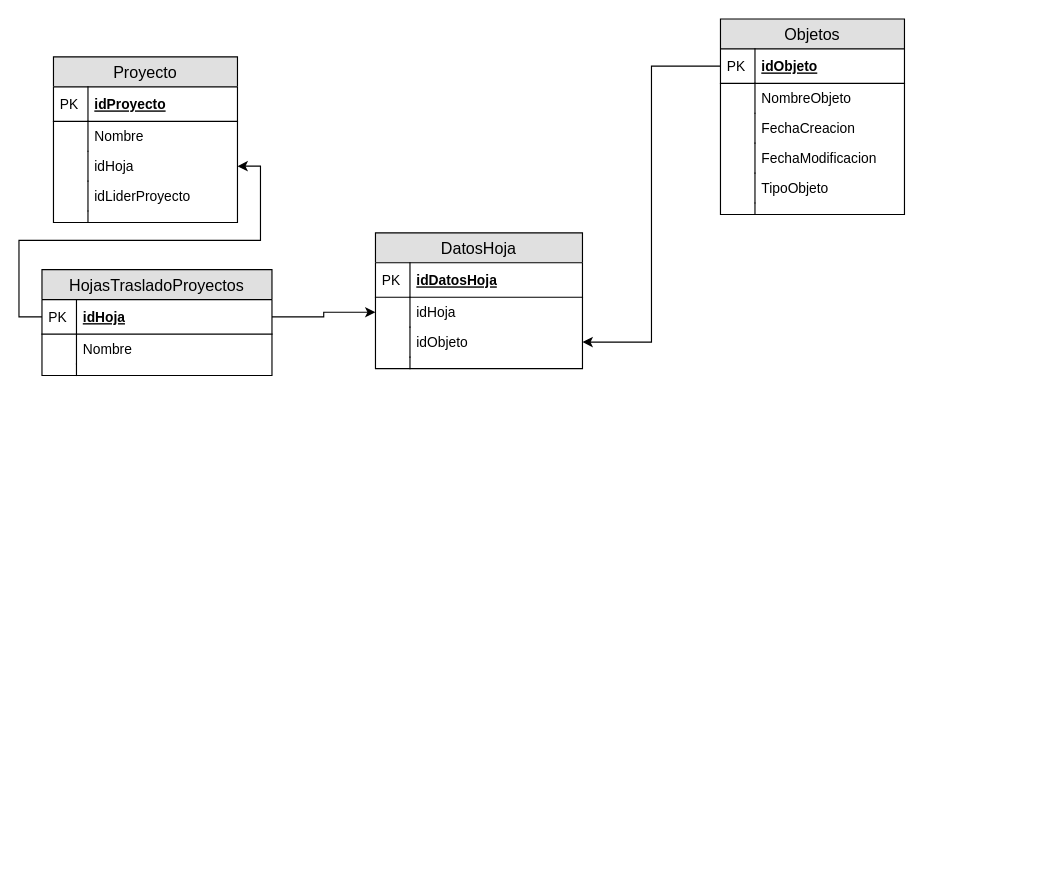
IrvinDevFlores/RequerimientosPro keeps this draw.io diagram as DiagramaNuevo.drawio. Above is the earlier version. Source tidied: cells renumbered, new cells numbered last; positions are measured from the earlier drawing's top-left corner, leaving out a move shared by most shapes. Both pictures are drawn from the tidied source at 115%, with x=0, y=0 at pixel (41, 18).
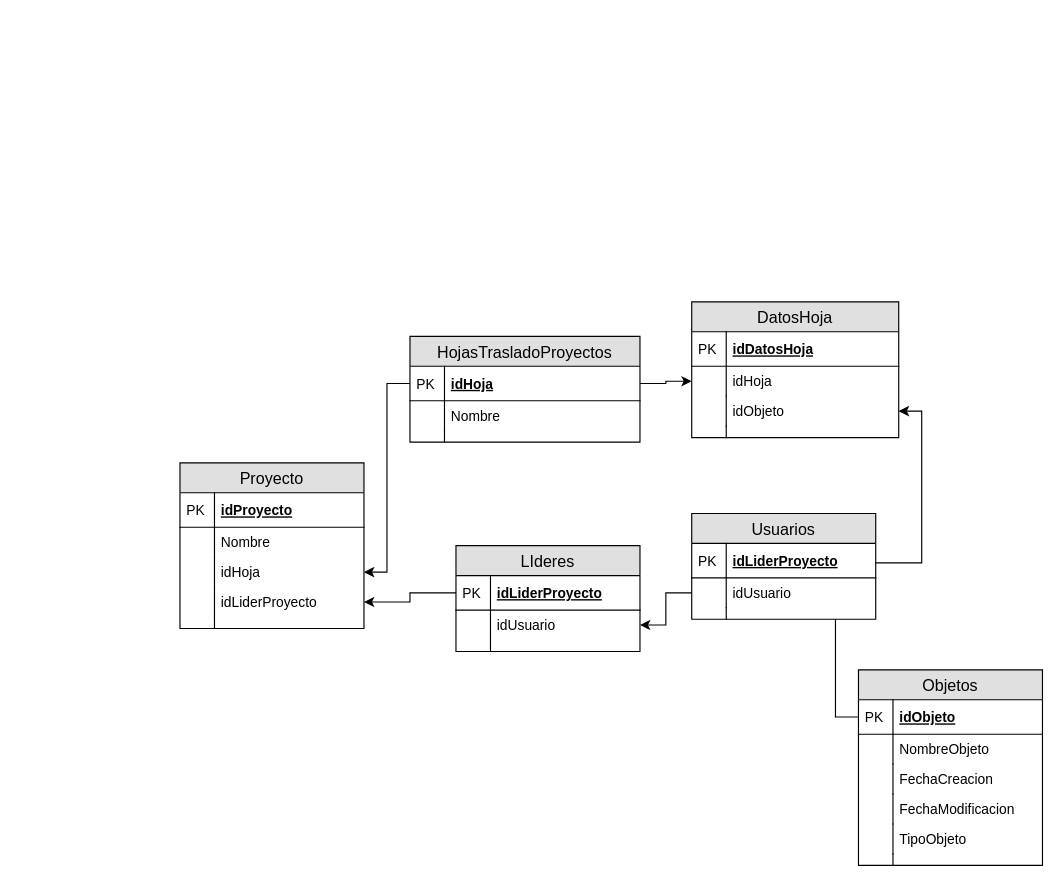
The same diagram, later.

Commit message:
Creacion de tablas nuevas

The change refers to these unchanged cells:
```xml
<mxCell id="9" value="idLiderProyecto" style="shape=partialRectangle;top=0;left=0;right=0;bottom=0;align=left;verticalAlign=top;fillColor=none;spacingLeft=34;spacingRight=4;overflow=hidden;points=[[0,0.5],[1,0.5]];portConstraint=eastwest;fontSize=12;" parent="2" vertex="1">
  <mxGeometry y="108" width="160" height="26" as="geometry" />
</mxCell>
```

Change to the diagram source:
```diff
@@
     <mxCell id="2" value="Proyecto" style="swimlane;fontStyle=0;horizontal=1;startSize=26;fillColor=#e0e0e0;swimlaneFillColor=#ffffff;align=center;fontSize=14;" parent="1" vertex="1">
-      <mxGeometry x="10" y="33" width="160" height="144" as="geometry" />
+      <mxGeometry x="120" y="386" width="160" height="144" as="geometry" />
     </mxCell>
@@
     <mxCell id="13" value="HojasTrasladoProyectos" style="swimlane;fontStyle=0;horizontal=1;startSize=26;fillColor=#e0e0e0;swimlaneFillColor=#ffffff;align=center;fontSize=14;" parent="1" vertex="1">
-      <mxGeometry y="218" width="200" height="92" as="geometry" />
+      <mxGeometry x="320" y="276" width="200" height="92" as="geometry" />
     </mxCell>
@@
     <mxCell id="20" value="Objetos" style="swimlane;fontStyle=0;horizontal=1;startSize=26;fillColor=#e0e0e0;swimlaneFillColor=#ffffff;align=center;fontSize=14;" parent="1" vertex="1">
-      <mxGeometry x="590" width="160" height="170" as="geometry" />
+      <mxGeometry x="710" y="566" width="160" height="170" as="geometry" />
     </mxCell>
@@
     <mxCell id="34" value="DatosHoja" style="swimlane;fontStyle=0;horizontal=1;startSize=26;fillColor=#e0e0e0;swimlaneFillColor=#ffffff;align=center;fontSize=14;" parent="1" vertex="1">
-      <mxGeometry x="290" y="186" width="180" height="118" as="geometry" />
+      <mxGeometry x="565" y="246" width="180" height="118" as="geometry" />
     </mxCell>
@@
+    <mxCell id="45" value="LIderes" style="swimlane;fontStyle=0;horizontal=1;startSize=26;fillColor=#e0e0e0;swimlaneFillColor=#ffffff;align=center;fontSize=14;" parent="1" vertex="1">
+      <mxGeometry x="360" y="458" width="160" height="92" as="geometry" />
+    </mxCell>
+    <mxCell id="46" value="idLiderProyecto" style="shape=partialRectangle;top=0;left=0;right=0;bottom=1;align=left;verticalAlign=middle;fillColor=none;spacingLeft=34;spacingRight=4;overflow=hidden;points=[[0,0.5],[1,0.5]];portConstraint=eastwest;fontStyle=5;fontSize=12;" parent="45" vertex="1">
+      <mxGeometry y="26" width="160" height="30" as="geometry" />
+    </mxCell>
+    <mxCell id="47" value="PK" style="shape=partialRectangle;top=0;left=0;bottom=0;fillColor=none;align=left;verticalAlign=middle;spacingLeft=4;spacingRight=4;overflow=hidden;fontSize=12;" parent="46" vertex="1">
+      <mxGeometry width="30" height="30" as="geometry" />
+    </mxCell>
+    <mxCell id="48" value="idUsuario" style="shape=partialRectangle;top=0;left=0;right=0;bottom=0;align=left;verticalAlign=top;fillColor=none;spacingLeft=34;spacingRight=4;overflow=hidden;points=[[0,0.5],[1,0.5]];portConstraint=eastwest;fontSize=12;" parent="45" vertex="1">
+      <mxGeometry y="56" width="160" height="26" as="geometry" />
+    </mxCell>
+    <mxCell id="49" style="shape=partialRectangle;top=0;left=0;bottom=0;fillColor=none;align=left;verticalAlign=top;spacingLeft=4;spacingRight=4;overflow=hidden;fontSize=12;" parent="48" vertex="1">
+      <mxGeometry width="30" height="26" as="geometry" />
+    </mxCell>
+    <mxCell id="50" style="shape=partialRectangle;top=0;left=0;right=0;bottom=0;align=left;verticalAlign=top;fillColor=none;spacingLeft=34;spacingRight=4;overflow=hidden;fontSize=12;" parent="45" vertex="1">
+      <mxGeometry y="82" width="160" height="10" as="geometry" />
+    </mxCell>
+    <mxCell id="51" style="shape=partialRectangle;top=0;left=0;bottom=0;fillColor=none;align=left;verticalAlign=top;spacingLeft=4;spacingRight=4;overflow=hidden;fontSize=12;" parent="50" vertex="1">
+      <mxGeometry width="30" height="10" as="geometry" />
+    </mxCell>
+    <mxCell id="52" value="Usuarios" style="swimlane;fontStyle=0;horizontal=1;startSize=26;fillColor=#e0e0e0;swimlaneFillColor=#ffffff;align=center;fontSize=14;" parent="1" vertex="1">
+      <mxGeometry x="565" y="430" width="160" height="92" as="geometry" />
+    </mxCell>
+    <mxCell id="53" value="idLiderProyecto" style="shape=partialRectangle;top=0;left=0;right=0;bottom=1;align=left;verticalAlign=middle;fillColor=none;spacingLeft=34;spacingRight=4;overflow=hidden;fontStyle=5;fontSize=12;" parent="52" vertex="1">
+      <mxGeometry y="26" width="160" height="30" as="geometry" />
+    </mxCell>
+    <mxCell id="54" value="PK" style="shape=partialRectangle;top=0;left=0;bottom=0;fillColor=none;align=left;verticalAlign=middle;spacingLeft=4;spacingRight=4;overflow=hidden;fontSize=12;" parent="53" vertex="1">
+      <mxGeometry width="30" height="30" as="geometry" />
+    </mxCell>
+    <mxCell id="55" value="idUsuario" style="shape=partialRectangle;top=0;left=0;right=0;bottom=0;align=left;verticalAlign=top;fillColor=none;spacingLeft=34;spacingRight=4;overflow=hidden;points=[[0,0.5],[1,0.5]];portConstraint=eastwest;fontSize=12;" parent="52" vertex="1">
+      <mxGeometry y="56" width="160" height="26" as="geometry" />
+    </mxCell>
+    <mxCell id="56" style="shape=partialRectangle;top=0;left=0;bottom=0;fillColor=none;align=left;verticalAlign=top;spacingLeft=4;spacingRight=4;overflow=hidden;fontSize=12;" parent="55" vertex="1">
+      <mxGeometry width="30" height="26" as="geometry" />
+    </mxCell>
+    <mxCell id="57" style="shape=partialRectangle;top=0;left=0;right=0;bottom=0;align=left;verticalAlign=top;fillColor=none;spacingLeft=34;spacingRight=4;overflow=hidden;fontSize=12;" parent="52" vertex="1">
+      <mxGeometry y="82" width="160" height="10" as="geometry" />
+    </mxCell>
+    <mxCell id="58" style="shape=partialRectangle;top=0;left=0;bottom=0;fillColor=none;align=left;verticalAlign=top;spacingLeft=4;spacingRight=4;overflow=hidden;fontSize=12;" parent="57" vertex="1">
+      <mxGeometry width="30" height="10" as="geometry" />
+    </mxCell>
+    <mxCell id="59" style="edgeStyle=orthogonalEdgeStyle;rounded=0;jettySize=auto;html=1;" parent="1" edge="1" source="55" target="48">
+      <mxGeometry relative="1" as="geometry" />
+    </mxCell>
+    <mxCell id="60" style="edgeStyle=orthogonalEdgeStyle;rounded=0;jettySize=auto;html=1;entryX=1;entryY=0.5;entryDx=0;entryDy=0;" parent="1" edge="1" source="46" target="9">
+      <mxGeometry relative="1" as="geometry" />
+    </mxCell>
```
